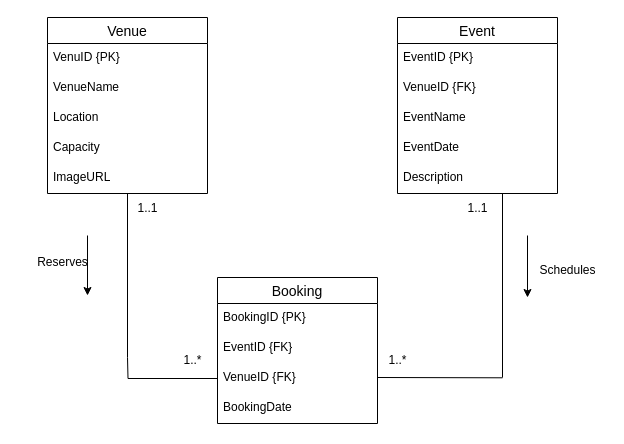
Earlier version of the draw.io diagram cldv_erd_part1.drawio (IIEWFL/cldv6211-part-1-ST10259834-Aaryan-Makan). Source tidied: cells renumbered, new cells numbered last; positions are measured from the earlier drawing's top-left corner, leaving out a move shared by most shapes. Both pictures are drawn from the tidied source at 100%, with x=0, y=0 at pixel (27, 17).
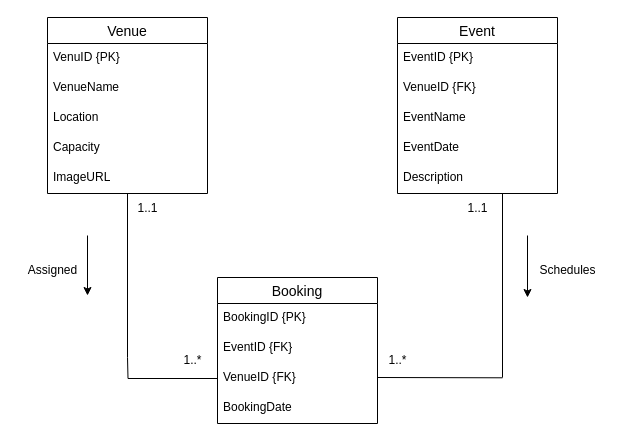
The same page after the edit.

What changed in the source:
```diff
@@
-    <mxCell id="28" value="Reserves" style="text;html=1;align=center;verticalAlign=middle;strokeColor=none;fillColor=none;" parent="1" vertex="1">
-      <mxGeometry y="230" width="70" height="30" as="geometry" />
+    <mxCell id="28" value="Assigned" style="text;html=1;align=center;verticalAlign=middle;strokeColor=none;fillColor=none;" parent="1" vertex="1">
+      <mxGeometry x="-10" y="238" width="70" height="30" as="geometry" />
     </mxCell>
```
